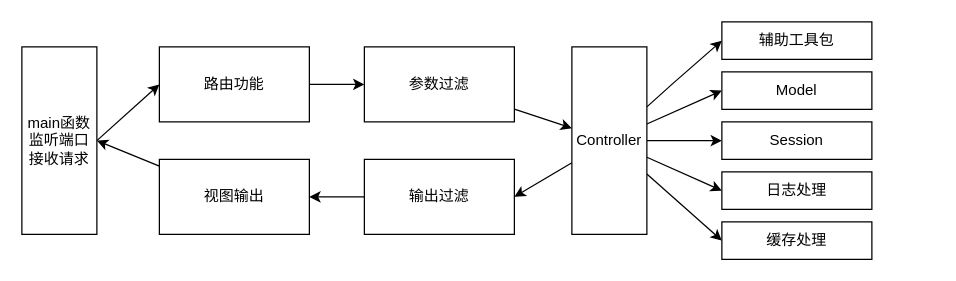
The draw.io diagram Untitled Diagram.drawio in Hope-of-countryside/learnGit, before the edit. Source tidied: cells renumbered, new cells numbered last; positions are measured from the earlier drawing's top-left corner, leaving out a move shared by most shapes. Both pictures are drawn from the tidied source at 125%, with x=0, y=0 at pixel (21, 21).
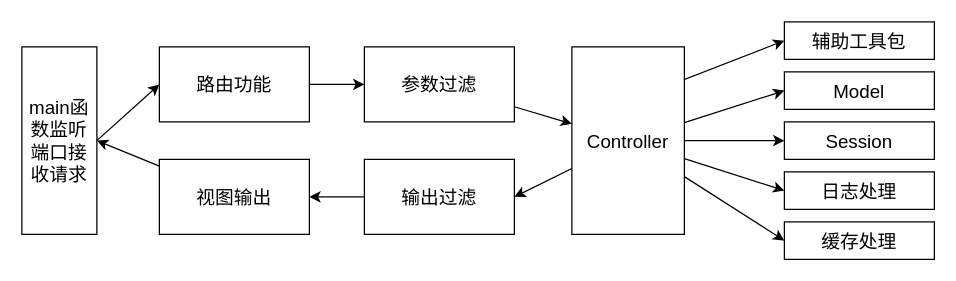
Above is the later version.

What changed in the source:
```diff
@@
-    <mxCell id="2" style="rounded=0;jettySize=auto;html=1;exitX=1;exitY=0.5;exitDx=0;exitDy=0;entryX=0;entryY=0.5;entryDx=0;entryDy=0;" parent="1" edge="1" source="3" target="5">
+    <mxCell id="2" style="rounded=0;jettySize=auto;html=1;exitX=1;exitY=0.5;exitDx=0;exitDy=0;entryX=0;entryY=0.5;entryDx=0;entryDy=0;fontSize=15;" parent="1" edge="1" source="3" target="5">
       <mxGeometry relative="1" as="geometry" />
     </mxCell>
-    <mxCell id="3" value="main函数监听端口接收请求" style="rounded=0;whiteSpace=wrap;html=1;" parent="1" vertex="1">
+    <mxCell id="3" value="main函数监听端口接收请求" style="rounded=0;whiteSpace=wrap;html=1;fontSize=15;" parent="1" vertex="1">
       <mxGeometry y="20" width="60" height="150" as="geometry" />
     </mxCell>
-    <mxCell id="4" style="edgeStyle=none;rounded=0;jettySize=auto;html=1;" parent="1" edge="1" source="5" target="9">
+    <mxCell id="4" style="edgeStyle=none;rounded=0;jettySize=auto;html=1;fontSize=15;" parent="1" edge="1" source="5" target="9">
       <mxGeometry relative="1" as="geometry" />
     </mxCell>
-    <mxCell id="5" value="路由功能" style="rounded=0;whiteSpace=wrap;html=1;" parent="1" vertex="1">
+    <mxCell id="5" value="路由功能" style="rounded=0;whiteSpace=wrap;html=1;fontSize=15;" parent="1" vertex="1">
       <mxGeometry x="110" y="20" width="120" height="60" as="geometry" />
     </mxCell>
-    <mxCell id="6" style="edgeStyle=none;rounded=0;jettySize=auto;html=1;entryX=1;entryY=0.5;entryDx=0;entryDy=0;" parent="1" edge="1" source="7" target="3">
+    <mxCell id="6" style="edgeStyle=none;rounded=0;jettySize=auto;html=1;entryX=1;entryY=0.5;entryDx=0;entryDy=0;fontSize=15;" parent="1" edge="1" source="7" target="3">
       <mxGeometry relative="1" as="geometry" />
     </mxCell>
-    <mxCell id="7" value="视图输出" style="rounded=0;whiteSpace=wrap;html=1;" parent="1" vertex="1">
+    <mxCell id="7" value="视图输出" style="rounded=0;whiteSpace=wrap;html=1;fontSize=15;" parent="1" vertex="1">
       <mxGeometry x="110" y="110" width="120" height="60" as="geometry" />
     </mxCell>
-    <mxCell id="8" style="edgeStyle=none;rounded=0;jettySize=auto;html=1;" parent="1" edge="1" source="9" target="18">
+    <mxCell id="8" style="edgeStyle=none;rounded=0;jettySize=auto;html=1;fontSize=15;" parent="1" edge="1" source="9" target="18">
       <mxGeometry relative="1" as="geometry" />
     </mxCell>
-    <mxCell id="9" value="参数过滤" style="rounded=0;whiteSpace=wrap;html=1;" parent="1" vertex="1">
+    <mxCell id="9" value="参数过滤" style="rounded=0;whiteSpace=wrap;html=1;fontSize=15;" parent="1" vertex="1">
       <mxGeometry x="274" y="20" width="120" height="60" as="geometry" />
     </mxCell>
-    <mxCell id="10" style="edgeStyle=none;rounded=0;jettySize=auto;html=1;entryX=1;entryY=0.5;entryDx=0;entryDy=0;" parent="1" edge="1" source="11" target="7">
+    <mxCell id="10" style="edgeStyle=none;rounded=0;jettySize=auto;html=1;entryX=1;entryY=0.5;entryDx=0;entryDy=0;fontSize=15;" parent="1" edge="1" source="11" target="7">
       <mxGeometry relative="1" as="geometry" />
     </mxCell>
-    <mxCell id="11" value="输出过滤" style="rounded=0;whiteSpace=wrap;html=1;" parent="1" vertex="1">
+    <mxCell id="11" value="输出过滤" style="rounded=0;whiteSpace=wrap;html=1;fontSize=15;" parent="1" vertex="1">
       <mxGeometry x="274" y="110" width="120" height="60" as="geometry" />
     </mxCell>
-    <mxCell id="12" style="rounded=0;jettySize=auto;html=1;entryX=0;entryY=0.5;entryDx=0;entryDy=0;" parent="1" edge="1" source="18" target="20">
+    <mxCell id="12" style="rounded=0;jettySize=auto;html=1;entryX=0;entryY=0.5;entryDx=0;entryDy=0;fontSize=15;" parent="1" edge="1" source="18" target="20">
       <mxGeometry relative="1" as="geometry">
         <Array as="points">
           <mxPoint x="520" y="50" />
         </Array>
       </mxGeometry>
     </mxCell>
-    <mxCell id="13" style="edgeStyle=none;rounded=0;jettySize=auto;html=1;entryX=0;entryY=0.5;entryDx=0;entryDy=0;" parent="1" edge="1" source="18" target="19">
+    <mxCell id="13" style="edgeStyle=none;rounded=0;jettySize=auto;html=1;entryX=0;entryY=0.5;entryDx=0;entryDy=0;fontSize=15;" parent="1" edge="1" source="18" target="19">
       <mxGeometry relative="1" as="geometry" />
     </mxCell>
-    <mxCell id="14" style="edgeStyle=none;rounded=0;jettySize=auto;html=1;" parent="1" edge="1" source="18" target="21">
+    <mxCell id="14" style="edgeStyle=none;rounded=0;jettySize=auto;html=1;fontSize=15;" parent="1" edge="1" source="18" target="21">
       <mxGeometry relative="1" as="geometry" />
     </mxCell>
-    <mxCell id="15" style="edgeStyle=none;rounded=0;jettySize=auto;html=1;entryX=0;entryY=0.5;entryDx=0;entryDy=0;" parent="1" edge="1" source="18" target="22">
+    <mxCell id="15" style="edgeStyle=none;rounded=0;jettySize=auto;html=1;entryX=0;entryY=0.5;entryDx=0;entryDy=0;fontSize=15;" parent="1" edge="1" source="18" target="22">
       <mxGeometry relative="1" as="geometry" />
     </mxCell>
-    <mxCell id="16" style="edgeStyle=none;rounded=0;jettySize=auto;html=1;entryX=0;entryY=0.5;entryDx=0;entryDy=0;" parent="1" edge="1" source="18" target="23">
+    <mxCell id="16" style="edgeStyle=none;rounded=0;jettySize=auto;html=1;entryX=0;entryY=0.5;entryDx=0;entryDy=0;fontSize=15;" parent="1" edge="1" source="18" target="23">
       <mxGeometry relative="1" as="geometry" />
     </mxCell>
-    <mxCell id="17" style="edgeStyle=none;rounded=0;jettySize=auto;html=1;entryX=1;entryY=0.5;entryDx=0;entryDy=0;" parent="1" edge="1" source="18" target="11">
+    <mxCell id="17" style="edgeStyle=none;rounded=0;jettySize=auto;html=1;entryX=1;entryY=0.5;entryDx=0;entryDy=0;fontSize=15;" parent="1" edge="1" source="18" target="11">
       <mxGeometry relative="1" as="geometry" />
     </mxCell>
-    <mxCell id="18" value="Controller" style="rounded=0;whiteSpace=wrap;html=1;" parent="1" vertex="1">
-      <mxGeometry x="440" y="20" width="60" height="150" as="geometry" />
+    <mxCell id="18" value="Controller" style="rounded=0;whiteSpace=wrap;html=1;fontSize=15;" parent="1" vertex="1">
+      <mxGeometry x="440" y="20" width="90" height="150" as="geometry" />
     </mxCell>
-    <mxCell id="19" value="Model" style="rounded=0;whiteSpace=wrap;html=1;" parent="1" vertex="1">
-      <mxGeometry x="560" y="40" width="120" height="30" as="geometry" />
+    <mxCell id="19" value="Model" style="rounded=0;whiteSpace=wrap;html=1;fontSize=15;" parent="1" vertex="1">
+      <mxGeometry x="610" y="40" width="120" height="30" as="geometry" />
     </mxCell>
-    <mxCell id="20" value="辅助工具包" style="rounded=0;whiteSpace=wrap;html=1;" parent="1" vertex="1">
-      <mxGeometry x="560" width="120" height="30" as="geometry" />
+    <mxCell id="20" value="辅助工具包" style="rounded=0;whiteSpace=wrap;html=1;fontSize=15;" parent="1" vertex="1">
+      <mxGeometry x="610" width="120" height="30" as="geometry" />
     </mxCell>
-    <mxCell id="21" value="Session" style="rounded=0;whiteSpace=wrap;html=1;" parent="1" vertex="1">
-      <mxGeometry x="560" y="80" width="120" height="30" as="geometry" />
+    <mxCell id="21" value="Session" style="rounded=0;whiteSpace=wrap;html=1;fontSize=15;" parent="1" vertex="1">
+      <mxGeometry x="610" y="80" width="120" height="30" as="geometry" />
     </mxCell>
-    <mxCell id="22" value="日志处理" style="rounded=0;whiteSpace=wrap;html=1;" parent="1" vertex="1">
-      <mxGeometry x="560" y="120" width="120" height="30" as="geometry" />
+    <mxCell id="22" value="日志处理" style="rounded=0;whiteSpace=wrap;html=1;fontSize=15;" parent="1" vertex="1">
+      <mxGeometry x="610" y="120" width="120" height="30" as="geometry" />
     </mxCell>
-    <mxCell id="23" value="缓存处理" style="rounded=0;whiteSpace=wrap;html=1;" parent="1" vertex="1">
-      <mxGeometry x="560" y="160" width="120" height="30" as="geometry" />
+    <mxCell id="23" value="缓存处理" style="rounded=0;whiteSpace=wrap;html=1;fontSize=15;" parent="1" vertex="1">
+      <mxGeometry x="610" y="160" width="120" height="30" as="geometry" />
     </mxCell>
```
